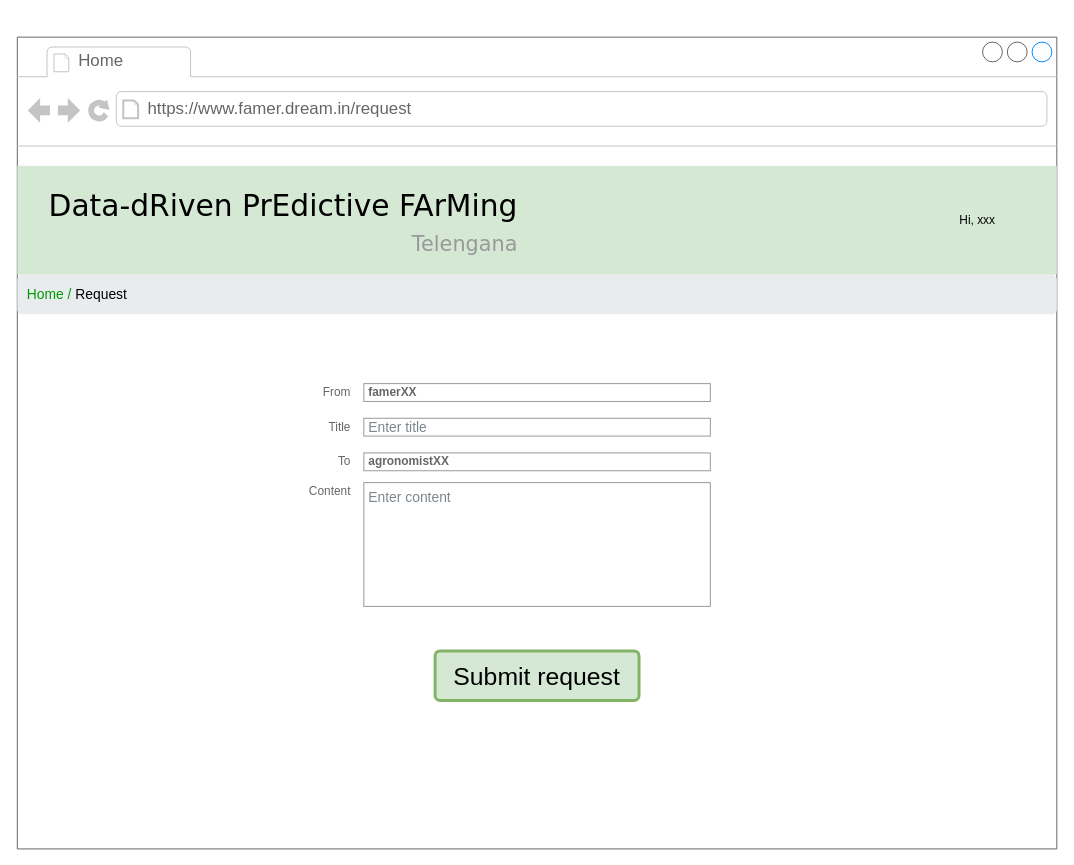
The draw.io diagram page "fm-Request" (22 of 25) of RASD/diagrams/User Interface.drawio in ictar/DREAM-SE2-Project-2022, before the edit. Source tidied: cells renumbered, new cells numbered last; positions are measured from the earlier drawing's top-left corner, leaving out a move shared by most shapes. Both pictures are drawn from the tidied source at 99%, with x=0, y=0 at pixel (17, 37).
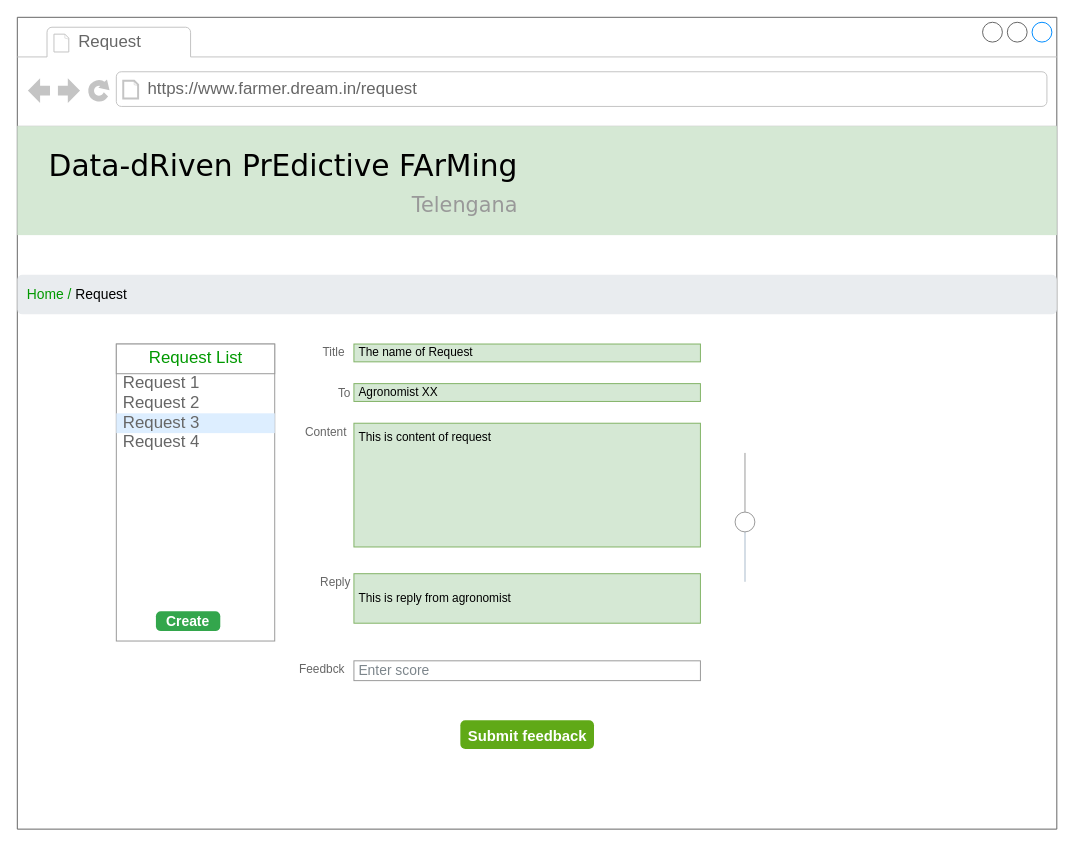
After the change.

What changed in the source:
```diff
@@
-    <mxCell id="2" style="strokeWidth=1;shadow=0;dashed=0;align=center;html=1;shape=mxgraph.mockup.containers.browserWindow;rSize=0;strokeColor=none;mainText=,;rounded=0;labelBackgroundColor=none;fontFamily=Verdana;fontSize=12;" parent="1" vertex="1">
-      <mxGeometry width="1050" height="820" as="geometry" />
-    </mxCell>
-    <mxCell id="3" value="Home" style="strokeWidth=1;shadow=0;dashed=0;align=center;html=1;shape=mxgraph.mockup.containers.anchor;fontSize=17;fontColor=#666666;align=left;" parent="2" vertex="1">
-      <mxGeometry x="60" y="12" width="110" height="26" as="geometry" />
-    </mxCell>
-    <mxCell id="4" value="https://www.famer.dream.in/request" style="strokeWidth=1;shadow=0;dashed=0;align=center;html=1;shape=mxgraph.mockup.containers.anchor;rSize=0;fontSize=17;fontColor=#666666;align=left;" parent="2" vertex="1">
-      <mxGeometry x="130" y="60" width="250" height="26" as="geometry" />
-    </mxCell>
-    <mxCell id="5" value="&lt;span style=&quot;color: rgb(125 , 134 , 140) ; font-size: 14px&quot;&gt;Enter content&lt;/span&gt;" style="strokeWidth=1;shadow=0;dashed=0;align=center;html=1;shape=mxgraph.mockup.forms.rrect;fillColor=#ffffff;rSize=0;fontColor=#666666;align=left;spacingLeft=3;strokeColor=#999999;verticalAlign=top;whiteSpace=wrap;" parent="2" vertex="1">
-      <mxGeometry x="350" y="450" width="350" height="125" as="geometry" />
-    </mxCell>
-    <mxCell id="6" value="&lt;span style=&quot;color: rgb(125 , 134 , 140) ; font-size: 14px&quot;&gt;Enter title&amp;nbsp;&lt;/span&gt;" style="strokeWidth=1;shadow=0;dashed=0;align=center;html=1;shape=mxgraph.mockup.forms.rrect;fillColor=#ffffff;rSize=0;fontColor=#666666;align=left;spacingLeft=3;strokeColor=#999999;" parent="2" vertex="1">
-      <mxGeometry x="350" y="385" width="350" height="18" as="geometry" />
-    </mxCell>
-    <mxCell id="7" value="Title" style="strokeWidth=1;shadow=0;dashed=0;align=center;html=1;shape=mxgraph.mockup.forms.anchor;align=right;spacingRight=2;fontColor=#666666;" parent="2" vertex="1">
-      <mxGeometry x="290" y="385" width="50" height="18" as="geometry" />
-    </mxCell>
-    <mxCell id="8" value="Content" style="strokeWidth=1;shadow=0;dashed=0;align=center;html=1;shape=mxgraph.mockup.forms.anchor;align=right;spacingRight=2;fontColor=#666666;" parent="2" vertex="1">
-      <mxGeometry x="290" y="450" width="50" height="18" as="geometry" />
-    </mxCell>
-    <mxCell id="9" value="&lt;font style=&quot;font-size: 25px&quot;&gt;Submit request&lt;/font&gt;" style="html=1;shadow=0;dashed=0;shape=mxgraph.bootstrap.rrect;rSize=5;strokeColor=#82b366;strokeWidth=3;fillColor=#d5e8d4;fontColor=default;whiteSpace=wrap;align=center;verticalAlign=middle;spacingLeft=0;fontStyle=0;fontSize=16;spacing=5;gradientColor=none;" parent="2" vertex="1">
-      <mxGeometry x="422" y="620" width="206" height="50" as="geometry" />
-    </mxCell>
-    <mxCell id="10" value="&lt;b&gt;agronomistXX&lt;/b&gt;" style="strokeWidth=1;shadow=0;dashed=0;align=center;html=1;shape=mxgraph.mockup.forms.rrect;fillColor=#ffffff;rSize=0;fontColor=#666666;align=left;spacingLeft=3;strokeColor=#999999;" parent="2" vertex="1">
-      <mxGeometry x="350" y="420" width="350" height="18" as="geometry" />
-    </mxCell>
-    <mxCell id="11" value="&lt;b&gt;famerXX&lt;/b&gt;" style="strokeWidth=1;shadow=0;dashed=0;align=center;html=1;shape=mxgraph.mockup.forms.rrect;fillColor=#ffffff;rSize=0;fontColor=#666666;align=left;spacingLeft=3;strokeColor=#999999;" parent="2" vertex="1">
-      <mxGeometry x="350" y="350" width="350" height="18" as="geometry" />
-    </mxCell>
-    <mxCell id="12" style="group;" parent="1" vertex="1">
-      <mxGeometry y="130" width="1050" height="150" as="geometry" />
-    </mxCell>
+    <mxCell id="19" style="strokeWidth=1;shadow=0;dashed=0;align=center;html=1;shape=mxgraph.mockup.containers.browserWindow;rSize=0;strokeColor=#666666;mainText=,;rounded=0;labelBackgroundColor=none;fontFamily=Verdana;fontSize=12;" parent="1" vertex="1">
+      <mxGeometry y="-20" width="1050" height="820" as="geometry" />
+    </mxCell>
+    <mxCell id="20" value="Request" style="strokeWidth=1;shadow=0;dashed=0;align=center;html=1;shape=mxgraph.mockup.containers.anchor;fontSize=17;fontColor=#666666;align=left;" parent="19" vertex="1">
+      <mxGeometry x="60" y="12" width="110" height="26" as="geometry" />
+    </mxCell>
+    <mxCell id="21" value="https://www.farmer.dream.in/request" style="strokeWidth=1;shadow=0;dashed=0;align=center;html=1;shape=mxgraph.mockup.containers.anchor;rSize=0;fontSize=17;fontColor=#666666;align=left;" parent="19" vertex="1">
+      <mxGeometry x="130" y="60" width="250" height="26" as="geometry" />
+    </mxCell>
+    <mxCell id="22" style="group;" parent="19" vertex="1">
+      <mxGeometry y="110" width="1050" height="110" as="geometry" />
+    </mxCell>
-    <mxCell id="13" style="rounded=0;whiteSpace=wrap;html=1;fontSize=21;fillColor=#d5e8d4;strokeColor=none;" parent="12" vertex="1">
+    <mxCell id="13" style="rounded=0;whiteSpace=wrap;html=1;fontSize=21;fillColor=#d5e8d4;strokeColor=none;" parent="22" vertex="1">
       <mxGeometry width="1050" height="110" as="geometry" />
     </mxCell>
-    <mxCell id="14" value="Data-dRiven PrEdictive FArMing&lt;br&gt;&lt;div style=&quot;text-align: right&quot;&gt;&lt;font style=&quot;font-size: 21px&quot; color=&quot;#999999&quot;&gt;Telengana&lt;/font&gt;&lt;/div&gt;" style="text;html=1;align=left;verticalAlign=top;spacingTop=-4;fontSize=30;fontFamily=Verdana;" parent="12" vertex="1">
+    <mxCell id="14" value="Data-dRiven PrEdictive FArMing&lt;br&gt;&lt;div style=&quot;text-align: right&quot;&gt;&lt;font style=&quot;font-size: 21px&quot; color=&quot;#999999&quot;&gt;Telengana&lt;/font&gt;&lt;/div&gt;" style="text;html=1;align=left;verticalAlign=top;spacingTop=-4;fontSize=30;fontFamily=Verdana;" parent="22" vertex="1">
       <mxGeometry x="30" y="20" width="480" height="70" as="geometry" />
     </mxCell>
+    <mxCell id="7" value="Title" style="strokeWidth=1;shadow=0;dashed=0;align=center;html=1;shape=mxgraph.mockup.forms.anchor;align=right;spacingRight=2;fontColor=#666666;" parent="19" vertex="1">
+      <mxGeometry x="284" y="330" width="50" height="18" as="geometry" />
+    </mxCell>
+    <mxCell id="23" value="The name of Request" style="strokeWidth=1;shadow=0;dashed=0;align=center;html=1;shape=mxgraph.mockup.forms.rrect;fillColor=#d5e8d4;rSize=0;align=left;spacingLeft=3;strokeColor=#82b366;" parent="19" vertex="1">
+      <mxGeometry x="340" y="330" width="350" height="18" as="geometry" />
+    </mxCell>
+    <mxCell id="18" value="To" style="strokeWidth=1;shadow=0;dashed=0;align=center;html=1;shape=mxgraph.mockup.forms.anchor;align=right;spacingRight=2;fontColor=#666666;" parent="19" vertex="1">
+      <mxGeometry x="290" y="371" width="50" height="18" as="geometry" />
+    </mxCell>
+    <mxCell id="24" value="Agronomist XX" style="strokeWidth=1;shadow=0;dashed=0;align=center;html=1;shape=mxgraph.mockup.forms.rrect;fillColor=#d5e8d4;rSize=0;align=left;spacingLeft=3;strokeColor=#82b366;" parent="19" vertex="1">
+      <mxGeometry x="340" y="370" width="350" height="18" as="geometry" />
+    </mxCell>
+    <mxCell id="25" value="This is reply from agronomist" style="strokeWidth=1;shadow=0;dashed=0;align=center;html=1;shape=mxgraph.mockup.forms.rrect;fillColor=#d5e8d4;rSize=0;align=left;spacingLeft=3;strokeColor=#82b366;" parent="19" vertex="1">
+      <mxGeometry x="340" y="562" width="350" height="50" as="geometry" />
+    </mxCell>
+    <mxCell id="26" value="Reply" style="strokeWidth=1;shadow=0;dashed=0;align=center;html=1;shape=mxgraph.mockup.forms.anchor;align=right;spacingRight=2;fontColor=#666666;" parent="19" vertex="1">
+      <mxGeometry x="290" y="562" width="50" height="18" as="geometry" />
+    </mxCell>
+    <mxCell id="27" value="This is content of request" style="strokeWidth=1;shadow=0;dashed=0;align=center;html=1;shape=mxgraph.mockup.forms.rrect;fillColor=#d5e8d4;rSize=0;align=left;spacingLeft=3;strokeColor=#82b366;verticalAlign=top;whiteSpace=wrap;" parent="19" vertex="1">
+      <mxGeometry x="340" y="410" width="350" height="125" as="geometry" />
+    </mxCell>
+    <mxCell id="28" style="strokeWidth=1;shadow=0;dashed=0;align=center;html=1;shape=mxgraph.mockup.forms.rrect;rSize=0;strokeColor=#999999;fillColor=#ffffff;" parent="19" vertex="1">
+      <mxGeometry x="100" y="330" width="160" height="300" as="geometry" />
+    </mxCell>
+    <mxCell id="29" value="&lt;font color=&quot;#009900&quot;&gt;Request List&lt;/font&gt;" style="strokeWidth=1;shadow=0;dashed=0;align=center;html=1;shape=mxgraph.mockup.forms.rrect;rSize=0;strokeColor=#999999;fontColor=#008cff;fontSize=17;fillColor=#ffffff;" parent="28" vertex="1">
+      <mxGeometry width="160" height="30" relative="1" as="geometry" />
+    </mxCell>
+    <mxCell id="30" value="Request 1&amp;nbsp;" style="strokeWidth=1;shadow=0;dashed=0;align=center;html=1;shape=mxgraph.mockup.forms.anchor;fontSize=17;fontColor=#666666;align=left;spacingLeft=5;" parent="28" vertex="1">
+      <mxGeometry width="160" height="20" relative="1" as="geometry">
+        <mxPoint y="30" as="offset" />
+      </mxGeometry>
+    </mxCell>
+    <mxCell id="31" value="Request 2" style="strokeWidth=1;shadow=0;dashed=0;align=center;html=1;shape=mxgraph.mockup.forms.anchor;fontSize=17;fontColor=#666666;align=left;spacingLeft=5;" parent="28" vertex="1">
+      <mxGeometry width="160" height="20" relative="1" as="geometry">
+        <mxPoint y="50" as="offset" />
+      </mxGeometry>
+    </mxCell>
+    <mxCell id="32" value="Request 3" style="strokeWidth=1;shadow=0;dashed=0;align=center;html=1;shape=mxgraph.mockup.forms.rrect;rSize=0;fontSize=17;fontColor=#666666;align=left;spacingLeft=5;fillColor=#ddeeff;strokeColor=none;" parent="28" vertex="1">
+      <mxGeometry width="160" height="20" relative="1" as="geometry">
+        <mxPoint y="70" as="offset" />
+      </mxGeometry>
+    </mxCell>
+    <mxCell id="33" value="Request 4" style="strokeWidth=1;shadow=0;dashed=0;align=center;html=1;shape=mxgraph.mockup.forms.anchor;fontSize=17;fontColor=#666666;align=left;spacingLeft=5;" parent="28" vertex="1">
+      <mxGeometry width="160" height="20" relative="1" as="geometry">
+        <mxPoint y="90" as="offset" />
+      </mxGeometry>
+    </mxCell>
+    <mxCell id="34" value="Create" style="html=1;shadow=0;dashed=0;shape=mxgraph.bootstrap.rrect;rSize=5;strokeColor=none;strokeWidth=1;fillColor=#33A64C;fontColor=#FFFFFF;whiteSpace=wrap;align=center;verticalAlign=middle;spacingLeft=0;fontStyle=1;fontSize=14;spacing=5;" parent="28" vertex="1">
+      <mxGeometry x="40" y="270" width="65" height="20" as="geometry" />
+    </mxCell>
+    <mxCell id="8" value="Content" style="strokeWidth=1;shadow=0;dashed=0;align=center;html=1;shape=mxgraph.mockup.forms.anchor;align=right;spacingRight=2;fontColor=#666666;" parent="19" vertex="1">
+      <mxGeometry x="286" y="410" width="50" height="18" as="geometry" />
+    </mxCell>
+    <mxCell id="35" style="verticalLabelPosition=bottom;shadow=0;dashed=0;align=center;html=1;verticalAlign=top;strokeWidth=1;shape=mxgraph.mockup.forms.horSlider;strokeColor=#999999;sliderStyle=basic;sliderPos=46.044;handleStyle=circle;fillColor2=#ddeeff;direction=north;" parent="19" vertex="1">
+      <mxGeometry x="720" y="440" width="30" height="130" as="geometry" />
+    </mxCell>
+    <mxCell id="36" value="&lt;span style=&quot;color: rgb(125 , 134 , 140) ; font-size: 14px&quot;&gt;Enter score&lt;/span&gt;" style="strokeWidth=1;shadow=0;dashed=0;align=center;html=1;shape=mxgraph.mockup.forms.rrect;fillColor=#ffffff;rSize=0;fontColor=#666666;align=left;spacingLeft=3;strokeColor=#999999;" parent="19" vertex="1">
+      <mxGeometry x="340" y="650" width="350" height="20" as="geometry" />
+    </mxCell>
+    <mxCell id="37" value="Feedbck" style="strokeWidth=1;shadow=0;dashed=0;align=center;html=1;shape=mxgraph.mockup.forms.anchor;align=right;spacingRight=2;fontColor=#666666;" parent="19" vertex="1">
+      <mxGeometry x="284" y="650" width="50" height="18" as="geometry" />
+    </mxCell>
+    <mxCell id="38" value="&lt;font style=&quot;font-size: 15px&quot;&gt;&lt;b&gt;Submit feedback&lt;/b&gt;&lt;/font&gt;" style="html=1;shadow=0;dashed=0;shape=mxgraph.bootstrap.rrect;rSize=5;strokeColor=none;strokeWidth=3;fillColor=#60a917;whiteSpace=wrap;align=center;verticalAlign=middle;spacingLeft=0;fontStyle=0;fontSize=16;spacing=5;fontColor=#ffffff;" parent="19" vertex="1">
+      <mxGeometry x="447.5" y="710" width="135" height="29" as="geometry" />
+    </mxCell>
@@
-    <mxCell id="16" value="Hi, xxx" style="text;html=1;strokeColor=none;fillColor=none;align=center;verticalAlign=middle;whiteSpace=wrap;rounded=0;fontSize=12;fontColor=#000000;" parent="1" vertex="1">
-      <mxGeometry x="940" y="170" width="60" height="30" as="geometry" />
-    </mxCell>
-    <mxCell id="17" value="From" style="strokeWidth=1;shadow=0;dashed=0;align=center;html=1;shape=mxgraph.mockup.forms.anchor;align=right;spacingRight=2;fontColor=#666666;" parent="1" vertex="1">
-      <mxGeometry x="290" y="350" width="50" height="18" as="geometry" />
-    </mxCell>
-    <mxCell id="18" value="To" style="strokeWidth=1;shadow=0;dashed=0;align=center;html=1;shape=mxgraph.mockup.forms.anchor;align=right;spacingRight=2;fontColor=#666666;" parent="1" vertex="1">
-      <mxGeometry x="290" y="420" width="50" height="18" as="geometry" />
-    </mxCell>
```
